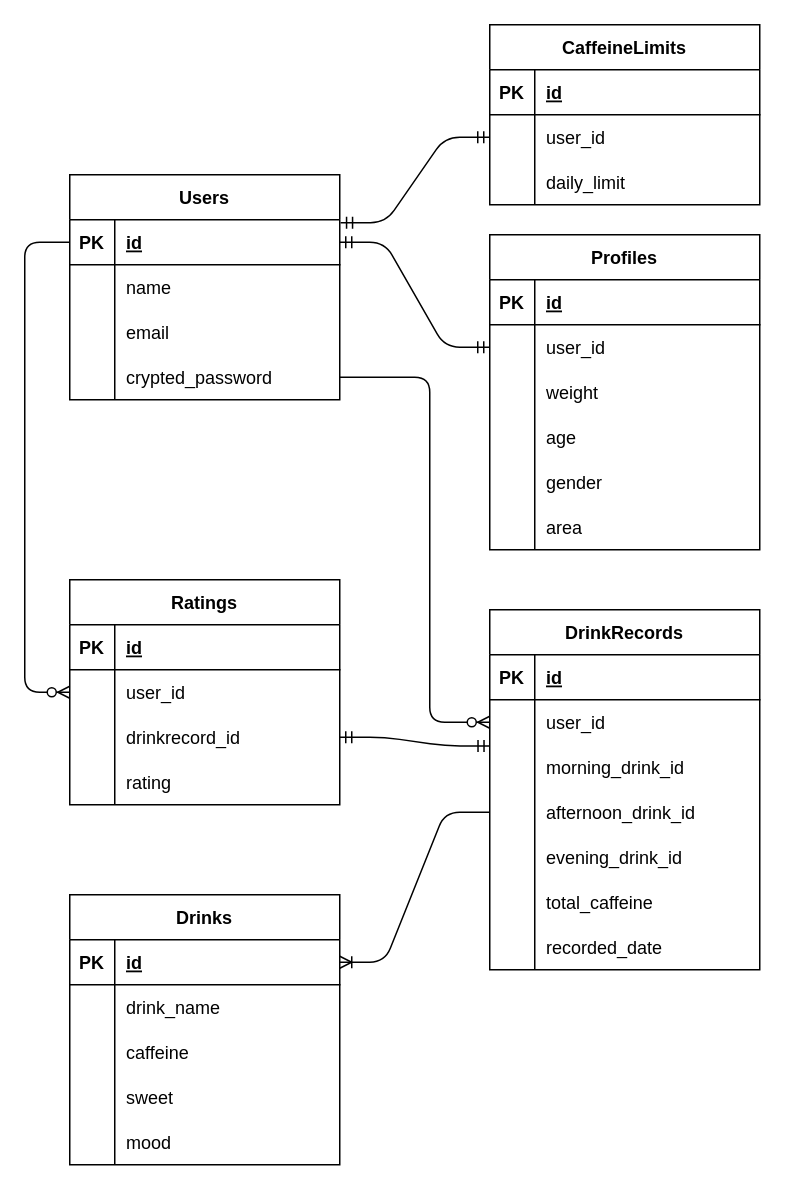
Before: er.drawio in shitarahiroka/pf_drink, a draw.io diagram. Source tidied: cells renumbered, new cells numbered last; positions are measured from the earlier drawing's top-left corner, leaving out a move shared by most shapes. Both pictures are drawn from the tidied source at 150%, with x=0, y=0 at pixel (24, 24).
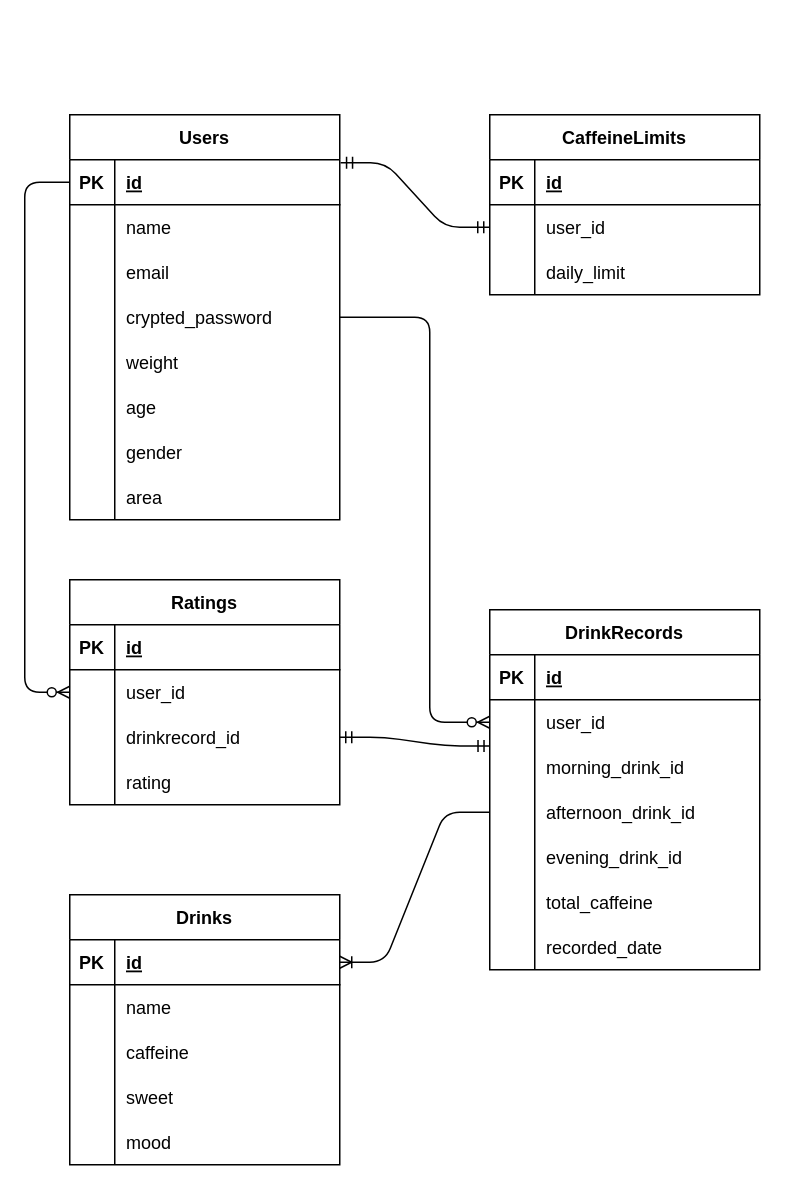
The same page after the edit.

Commit message:
Profilesテーブルを削除

Unchanged cells that the change refers to:
```xml
<mxCell id="3" style="shape=tableRow;horizontal=0;startSize=0;swimlaneHead=0;swimlaneBody=0;fillColor=none;points=[[0,0.5],[1,0.5]];portConstraint=eastwest;top=0;left=0;right=0;bottom=1;" parent="2" vertex="1">
  <mxGeometry y="30" width="180" height="30" as="geometry" />
</mxCell>
<mxCell id="48" style="shape=tableRow;horizontal=0;startSize=0;swimlaneHead=0;swimlaneBody=0;fillColor=none;top=0;left=0;right=0;bottom=0;" parent="44" vertex="1">
  <mxGeometry y="60" width="180" height="30" as="geometry" />
</mxCell>
```

The edit, as a diff of the source:
```diff
@@
     <mxCell id="2" value="Users" style="shape=table;startSize=30;childLayout=tableLayout;rowLines=0;fontStyle=1;align=center;" parent="1" vertex="1">
-      <mxGeometry x="30" y="100" width="180" height="150" as="geometry" />
+      <mxGeometry x="30" y="60" width="180" height="270" as="geometry" />
     </mxCell>
@@
-    <mxCell id="15" value="Profiles" style="shape=table;startSize=30;childLayout=tableLayout;rowLines=0;fontStyle=1;align=center;" parent="1" vertex="1">
-      <mxGeometry x="310" y="140" width="180" height="210" as="geometry" />
-    </mxCell>
-    <mxCell id="16" style="shape=tableRow;horizontal=0;startSize=0;swimlaneHead=0;swimlaneBody=0;fillColor=none;top=0;left=0;right=0;bottom=1;" parent="15" vertex="1">
-      <mxGeometry y="30" width="180" height="30" as="geometry" />
-    </mxCell>
-    <mxCell id="17" value="PK" style="shape=partialRectangle;fillColor=none;top=0;left=0;bottom=0;right=0;fontStyle=1;overflow=hidden;" parent="16" vertex="1">
-      <mxGeometry width="30" height="30" as="geometry" />
-    </mxCell>
-    <mxCell id="18" value="id" style="shape=partialRectangle;fillColor=none;top=0;left=0;bottom=0;right=0;align=left;spacingLeft=6;fontStyle=5;overflow=hidden;" parent="16" vertex="1">
-      <mxGeometry x="30" width="150" height="30" as="geometry" />
-    </mxCell>
-    <mxCell id="19" style="shape=tableRow;horizontal=0;startSize=0;swimlaneHead=0;swimlaneBody=0;fillColor=none;points=[[0,0.5],[1,0.5]];portConstraint=eastwest;top=0;left=0;right=0;bottom=0;" parent="15" vertex="1">
-      <mxGeometry y="60" width="180" height="30" as="geometry" />
-    </mxCell>
-    <mxCell id="20" style="shape=partialRectangle;fillColor=none;top=0;left=0;bottom=0;right=0;overflow=hidden;" parent="19" vertex="1">
-      <mxGeometry width="30" height="30" as="geometry" />
-    </mxCell>
-    <mxCell id="21" value="user_id" style="shape=partialRectangle;fillColor=none;top=0;left=0;bottom=0;right=0;align=left;spacingLeft=6;overflow=hidden;" parent="19" vertex="1">
-      <mxGeometry x="30" width="150" height="30" as="geometry" />
-    </mxCell>
-    <mxCell id="22" style="shape=tableRow;horizontal=0;startSize=0;swimlaneHead=0;swimlaneBody=0;fillColor=none;top=0;left=0;right=0;bottom=0;" parent="15" vertex="1">
-      <mxGeometry y="90" width="180" height="30" as="geometry" />
-    </mxCell>
-    <mxCell id="23" style="shape=partialRectangle;fillColor=none;top=0;left=0;bottom=0;right=0;overflow=hidden;" parent="22" vertex="1">
-      <mxGeometry width="30" height="30" as="geometry" />
-    </mxCell>
+    <mxCell id="28" style="shape=tableRow;horizontal=0;startSize=0;swimlaneHead=0;swimlaneBody=0;fillColor=none;top=0;left=0;right=0;bottom=0;" parent="2" vertex="1">
+      <mxGeometry y="150" width="180" height="30" as="geometry" />
+    </mxCell>
+    <mxCell id="101" style="shape=partialRectangle;fillColor=none;top=0;left=0;bottom=0;right=0;overflow=hidden;" parent="28" vertex="1">
+      <mxGeometry width="30" height="30" as="geometry" />
+    </mxCell>
-    <mxCell id="24" value="weight" style="shape=partialRectangle;fillColor=none;top=0;left=0;bottom=0;right=0;align=left;spacingLeft=6;overflow=hidden;" parent="22" vertex="1">
+    <mxCell id="24" value="weight" style="shape=partialRectangle;fillColor=none;top=0;left=0;bottom=0;right=0;align=left;spacingLeft=6;overflow=hidden;" parent="28" vertex="1">
       <mxGeometry x="30" width="150" height="30" as="geometry" />
     </mxCell>
-    <mxCell id="25" style="shape=tableRow;horizontal=0;startSize=0;swimlaneHead=0;swimlaneBody=0;fillColor=none;top=0;left=0;right=0;bottom=0;" parent="15" vertex="1">
-      <mxGeometry y="120" width="180" height="30" as="geometry" />
-    </mxCell>
-    <mxCell id="26" style="shape=partialRectangle;fillColor=none;top=0;left=0;bottom=0;right=0;overflow=hidden;" parent="25" vertex="1">
-      <mxGeometry width="30" height="30" as="geometry" />
-    </mxCell>
+    <mxCell id="31" style="shape=tableRow;horizontal=0;startSize=0;swimlaneHead=0;swimlaneBody=0;fillColor=none;top=0;left=0;right=0;bottom=0;" parent="2" vertex="1">
+      <mxGeometry y="180" width="180" height="30" as="geometry" />
+    </mxCell>
+    <mxCell id="102" style="shape=partialRectangle;fillColor=none;top=0;left=0;bottom=0;right=0;overflow=hidden;" parent="31" vertex="1">
+      <mxGeometry width="30" height="30" as="geometry" />
+    </mxCell>
-    <mxCell id="27" value="age" style="shape=partialRectangle;fillColor=none;top=0;left=0;bottom=0;right=0;align=left;spacingLeft=6;overflow=hidden;" parent="25" vertex="1">
+    <mxCell id="27" value="age" style="shape=partialRectangle;fillColor=none;top=0;left=0;bottom=0;right=0;align=left;spacingLeft=6;overflow=hidden;" parent="31" vertex="1">
       <mxGeometry x="30" width="150" height="30" as="geometry" />
     </mxCell>
-    <mxCell id="28" style="shape=tableRow;horizontal=0;startSize=0;swimlaneHead=0;swimlaneBody=0;fillColor=none;top=0;left=0;right=0;bottom=0;" parent="15" vertex="1">
-      <mxGeometry y="150" width="180" height="30" as="geometry" />
-    </mxCell>
-    <mxCell id="29" style="shape=partialRectangle;fillColor=none;top=0;left=0;bottom=0;right=0;overflow=hidden;" parent="28" vertex="1">
-      <mxGeometry width="30" height="30" as="geometry" />
-    </mxCell>
+    <mxCell id="103" style="shape=tableRow;horizontal=0;startSize=0;swimlaneHead=0;swimlaneBody=0;fillColor=none;top=0;left=0;right=0;bottom=0;" parent="2" vertex="1">
+      <mxGeometry y="210" width="180" height="30" as="geometry" />
+    </mxCell>
+    <mxCell id="104" style="shape=partialRectangle;fillColor=none;top=0;left=0;bottom=0;right=0;overflow=hidden;" parent="103" vertex="1">
+      <mxGeometry width="30" height="30" as="geometry" />
+    </mxCell>
-    <mxCell id="30" value="gender" style="shape=partialRectangle;fillColor=none;top=0;left=0;bottom=0;right=0;align=left;spacingLeft=6;overflow=hidden;" parent="28" vertex="1">
+    <mxCell id="30" value="gender" style="shape=partialRectangle;fillColor=none;top=0;left=0;bottom=0;right=0;align=left;spacingLeft=6;overflow=hidden;" parent="103" vertex="1">
       <mxGeometry x="30" width="150" height="30" as="geometry" />
     </mxCell>
-    <mxCell id="31" style="shape=tableRow;horizontal=0;startSize=0;swimlaneHead=0;swimlaneBody=0;fillColor=none;top=0;left=0;right=0;bottom=0;" parent="15" vertex="1">
-      <mxGeometry y="180" width="180" height="30" as="geometry" />
-    </mxCell>
-    <mxCell id="32" style="shape=partialRectangle;fillColor=none;top=0;left=0;bottom=0;right=0;overflow=hidden;" parent="31" vertex="1">
-      <mxGeometry width="30" height="30" as="geometry" />
-    </mxCell>
+    <mxCell id="105" style="shape=tableRow;horizontal=0;startSize=0;swimlaneHead=0;swimlaneBody=0;fillColor=none;top=0;left=0;right=0;bottom=0;" parent="2" vertex="1">
+      <mxGeometry y="240" width="180" height="30" as="geometry" />
+    </mxCell>
+    <mxCell id="106" style="shape=partialRectangle;fillColor=none;top=0;left=0;bottom=0;right=0;overflow=hidden;" parent="105" vertex="1">
+      <mxGeometry width="30" height="30" as="geometry" />
+    </mxCell>
-    <mxCell id="33" value="area" style="shape=partialRectangle;fillColor=none;top=0;left=0;bottom=0;right=0;align=left;spacingLeft=6;overflow=hidden;" parent="31" vertex="1">
+    <mxCell id="33" value="area" style="shape=partialRectangle;fillColor=none;top=0;left=0;bottom=0;right=0;align=left;spacingLeft=6;overflow=hidden;" parent="105" vertex="1">
       <mxGeometry x="30" width="150" height="30" as="geometry" />
     </mxCell>
     <mxCell id="34" value="CaffeineLimits" style="shape=table;startSize=30;childLayout=tableLayout;rowLines=0;fontStyle=1;align=center;" parent="1" vertex="1">
-      <mxGeometry x="310" width="180" height="120" as="geometry" />
+      <mxGeometry x="310" y="60" width="180" height="120" as="geometry" />
     </mxCell>
@@
-    <mxCell id="50" value="drink_name" style="shape=partialRectangle;fillColor=none;top=0;left=0;bottom=0;right=0;align=left;spacingLeft=6;overflow=hidden;" parent="48" vertex="1">
+    <mxCell id="50" value="name" style="shape=partialRectangle;fillColor=none;top=0;left=0;bottom=0;right=0;align=left;spacingLeft=6;overflow=hidden;" parent="48" vertex="1">
       <mxGeometry x="30" width="150" height="30" as="geometry" />
     </mxCell>
@@
-    <mxCell id="82" style="edgeStyle=entityRelationEdgeStyle;fontSize=12;html=1;endArrow=ERmandOne;startArrow=ERmandOne;exitX=1;exitY=0.5;exitDx=0;exitDy=0;entryX=0;entryY=0.5;entryDx=0;entryDy=0;" parent="1" edge="1" source="3" target="19">
-      <mxGeometry relative="1" as="geometry" />
-    </mxCell>
```
